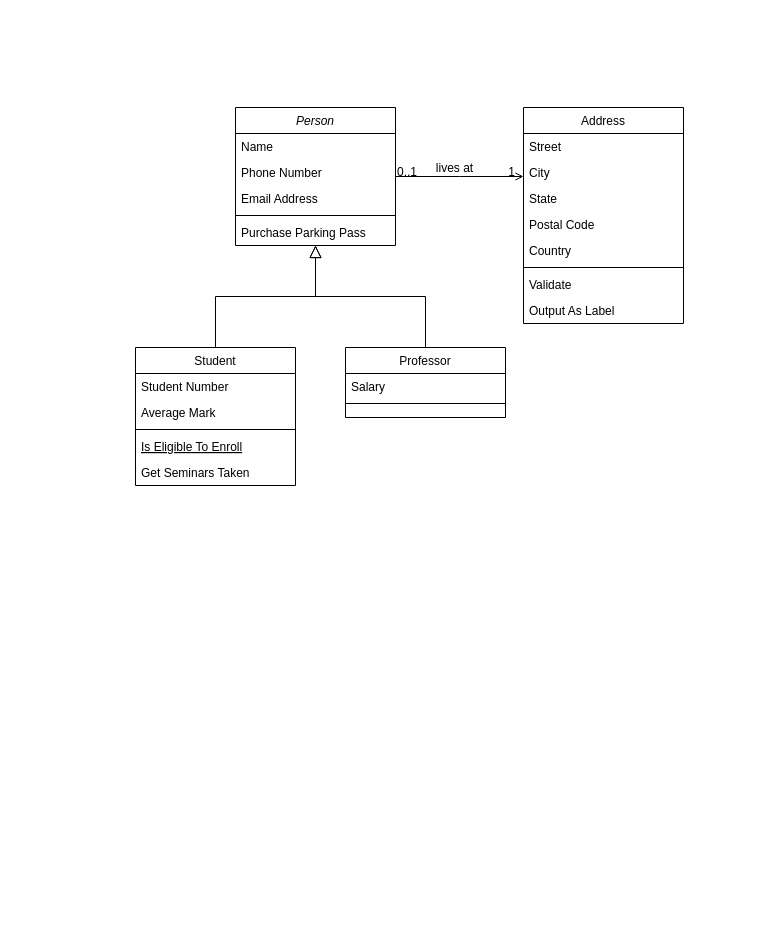
The draw.io diagram Untitled Diagram.drawio in GeeNahz/ER_diagrams, before the edit. Source tidied: cells renumbered, new cells numbered last; positions are measured from the earlier drawing's top-left corner, leaving out a move shared by most shapes. Both pictures are drawn from the tidied source at 100%, with x=0, y=0 at pixel (135, 107).
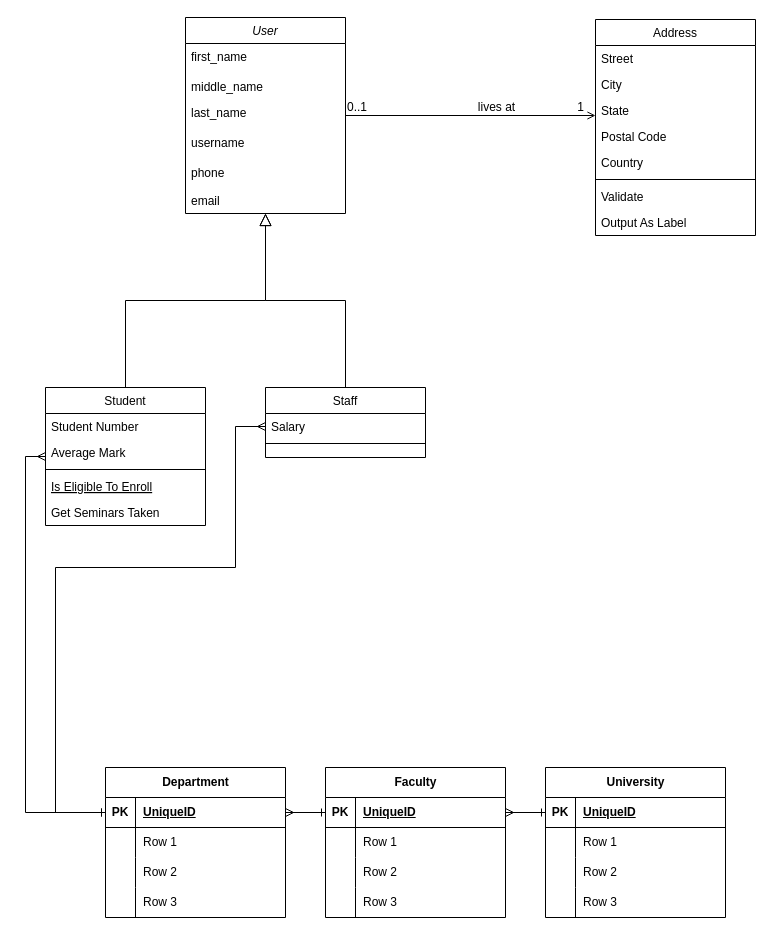
After the change.

Unchanged cells that the change refers to:
```xml
<mxCell id="16" value="Salary" style="text;align=left;verticalAlign=top;spacingLeft=4;spacingRight=4;overflow=hidden;points=[[0,0.5],[1,0.5]];portConstraint=eastwest;" parent="15" vertex="1">
  <mxGeometry y="26" width="160" height="26" as="geometry" />
</mxCell>
```

Diff of the diagram source:
```diff
@@
-    <mxCell id="2" value="Person" style="swimlane;fontStyle=2;align=center;verticalAlign=top;horizontal=1;startSize=26;rounded=0;shadow=0;strokeWidth=1;" parent="1" vertex="1">
-      <mxGeometry x="100" width="160" height="138" as="geometry" />
+    <mxCell id="2" value="User" style="swimlane;fontStyle=2;align=center;verticalAlign=top;horizontal=1;startSize=26;rounded=0;shadow=0;strokeWidth=1;" parent="1" vertex="1">
+      <mxGeometry x="50" y="-90" width="160" height="196" as="geometry" />
     </mxCell>
+    <mxCell id="32" value="first_name" style="text;align=left;verticalAlign=top;spacingLeft=4;spacingRight=4;overflow=hidden;" parent="2" vertex="1">
+      <mxGeometry y="26" width="160" height="30" as="geometry" />
+    </mxCell>
-    <mxCell id="3" value="Name" style="text;align=left;verticalAlign=top;spacingLeft=4;spacingRight=4;overflow=hidden;" parent="2" vertex="1">
-      <mxGeometry y="26" width="160" height="26" as="geometry" />
+    <mxCell id="3" value="middle_name" style="text;align=left;verticalAlign=top;spacingLeft=4;spacingRight=4;overflow=hidden;" parent="2" vertex="1">
+      <mxGeometry y="56" width="160" height="26" as="geometry" />
     </mxCell>
+    <mxCell id="33" value="last_name" style="text;align=left;verticalAlign=top;spacingLeft=4;spacingRight=4;overflow=hidden;" parent="2" vertex="1">
+      <mxGeometry y="82" width="160" height="30" as="geometry" />
+    </mxCell>
+    <mxCell id="34" value="username" style="text;align=left;verticalAlign=top;spacingLeft=4;spacingRight=4;overflow=hidden;" parent="2" vertex="1">
+      <mxGeometry y="112" width="160" height="30" as="geometry" />
+    </mxCell>
-    <mxCell id="4" value="Phone Number" style="text;align=left;verticalAlign=top;spacingLeft=4;spacingRight=4;overflow=hidden;rounded=0;shadow=0;html=0;" parent="2" vertex="1">
-      <mxGeometry y="52" width="160" height="26" as="geometry" />
+    <mxCell id="4" value="phone" style="text;align=left;verticalAlign=top;spacingLeft=4;spacingRight=4;overflow=hidden;rounded=0;shadow=0;html=0;" parent="2" vertex="1">
+      <mxGeometry y="142" width="160" height="28" as="geometry" />
     </mxCell>
-    <mxCell id="5" value="Email Address" style="text;align=left;verticalAlign=top;spacingLeft=4;spacingRight=4;overflow=hidden;rounded=0;shadow=0;html=0;" parent="2" vertex="1">
-      <mxGeometry y="78" width="160" height="26" as="geometry" />
+    <mxCell id="5" value="email" style="text;align=left;verticalAlign=top;spacingLeft=4;spacingRight=4;overflow=hidden;rounded=0;shadow=0;html=0;" parent="2" vertex="1">
+      <mxGeometry y="170" width="160" height="26" as="geometry" />
     </mxCell>
-    <mxCell id="6" style="line;html=1;strokeWidth=1;align=left;verticalAlign=middle;spacingTop=-1;spacingLeft=3;spacingRight=3;labelPosition=right;" parent="2" vertex="1">
-      <mxGeometry y="104" width="160" height="8" as="geometry" />
-    </mxCell>
-    <mxCell id="7" value="Purchase Parking Pass" style="text;align=left;verticalAlign=top;spacingLeft=4;spacingRight=4;overflow=hidden;" parent="2" vertex="1">
-      <mxGeometry y="112" width="160" height="26" as="geometry" />
-    </mxCell>
+    <mxCell id="35" style="edgeStyle=orthogonalEdgeStyle;rounded=0;jettySize=auto;html=1;exitX=0;exitY=0.5;exitDx=0;exitDy=0;entryX=0;entryY=0.5;entryDx=0;entryDy=0;endArrow=ERone;endFill=0;startArrow=ERmany;startFill=0;" parent="1" edge="1" source="8" target="63">
+      <mxGeometry relative="1" as="geometry" />
+    </mxCell>
     <mxCell id="8" value="Student" style="swimlane;fontStyle=0;align=center;verticalAlign=top;horizontal=1;startSize=26;rounded=0;shadow=0;strokeWidth=1;" parent="1" vertex="1">
-      <mxGeometry y="240" width="160" height="138" as="geometry" />
+      <mxGeometry x="-90" y="280" width="160" height="138" as="geometry" />
     </mxCell>
@@
-    <mxCell id="15" value="Professor" style="swimlane;fontStyle=0;align=center;verticalAlign=top;horizontal=1;startSize=26;rounded=0;shadow=0;strokeWidth=1;" parent="1" vertex="1">
-      <mxGeometry x="210" y="240" width="160" height="70" as="geometry" />
+    <mxCell id="15" value="Staff" style="swimlane;fontStyle=0;align=center;verticalAlign=top;horizontal=1;startSize=26;rounded=0;shadow=0;strokeWidth=1;" parent="1" vertex="1">
+      <mxGeometry x="130" y="280" width="160" height="70" as="geometry" />
     </mxCell>
@@
     <mxCell id="19" value="Address" style="swimlane;fontStyle=0;align=center;verticalAlign=top;horizontal=1;startSize=26;rounded=0;shadow=0;strokeWidth=1;" parent="1" vertex="1">
-      <mxGeometry x="388" width="160" height="216" as="geometry" />
+      <mxGeometry x="460" y="-88" width="160" height="216" as="geometry" />
     </mxCell>
@@
     <mxCell id="28" style="endArrow=open;shadow=0;strokeWidth=1;rounded=0;endFill=1;edgeStyle=elbowEdgeStyle;elbow=vertical;" parent="1" edge="1" source="2" target="19">
       <mxGeometry x="0.5" y="41" relative="1" as="geometry">
+        <Array as="points">
+          <mxPoint x="110" y="30" />
+        </Array>
         <mxPoint x="-40" y="32" as="offset" />
       </mxGeometry>
     </mxCell>
     <mxCell id="29" value="0..1" style="align=left;verticalAlign=bottom;labelBackgroundColor=none;fontSize=12;" parent="28" vertex="1">
-      <mxGeometry x="-1" relative="1" as="geometry">
-        <mxPoint y="4" as="offset" />
-      </mxGeometry>
+      <mxGeometry x="-1" relative="1" as="geometry" />
     </mxCell>
     <mxCell id="30" value="1" style="align=right;verticalAlign=bottom;labelBackgroundColor=none;fontSize=12;" parent="28" vertex="1">
       <mxGeometry x="1" relative="1" as="geometry">
-        <mxPoint x="-7" y="4" as="offset" />
+        <mxPoint x="-10" as="offset" />
       </mxGeometry>
     </mxCell>
@@
+    <mxCell id="36" value="University" style="shape=table;startSize=30;childLayout=tableLayout;rowLines=0;fontStyle=1;align=center;html=1;" parent="1" vertex="1">
+      <mxGeometry x="410" y="660" width="180" height="150" as="geometry" />
+    </mxCell>
+    <mxCell id="37" style="shape=tableRow;horizontal=0;startSize=0;swimlaneHead=0;swimlaneBody=0;fillColor=none;points=[[0,0.5],[1,0.5]];portConstraint=eastwest;top=0;left=0;right=0;bottom=1;" parent="36" vertex="1">
+      <mxGeometry y="30" width="180" height="30" as="geometry" />
+    </mxCell>
+    <mxCell id="38" value="PK" style="shape=partialRectangle;fillColor=none;top=0;left=0;bottom=0;right=0;fontStyle=1;overflow=hidden;whiteSpace=wrap;html=1;" parent="37" vertex="1">
+      <mxGeometry width="30" height="30" as="geometry" />
+    </mxCell>
+    <mxCell id="39" value="UniqueID" style="shape=partialRectangle;fillColor=none;top=0;left=0;bottom=0;right=0;align=left;spacingLeft=6;fontStyle=5;overflow=hidden;whiteSpace=wrap;html=1;" parent="37" vertex="1">
+      <mxGeometry x="30" width="150" height="30" as="geometry" />
+    </mxCell>
+    <mxCell id="40" style="shape=tableRow;horizontal=0;startSize=0;swimlaneHead=0;swimlaneBody=0;fillColor=none;top=0;left=0;right=0;bottom=0;" parent="36" vertex="1">
+      <mxGeometry y="60" width="180" height="30" as="geometry" />
+    </mxCell>
+    <mxCell id="41" style="shape=partialRectangle;fillColor=none;top=0;left=0;bottom=0;right=0;overflow=hidden;whiteSpace=wrap;html=1;" parent="40" vertex="1">
+      <mxGeometry width="30" height="30" as="geometry" />
+    </mxCell>
+    <mxCell id="42" value="Row 1" style="shape=partialRectangle;fillColor=none;top=0;left=0;bottom=0;right=0;align=left;spacingLeft=6;overflow=hidden;whiteSpace=wrap;html=1;" parent="40" vertex="1">
+      <mxGeometry x="30" width="150" height="30" as="geometry" />
+    </mxCell>
+    <mxCell id="43" style="shape=tableRow;horizontal=0;startSize=0;swimlaneHead=0;swimlaneBody=0;fillColor=none;top=0;left=0;right=0;bottom=0;" parent="36" vertex="1">
+      <mxGeometry y="90" width="180" height="30" as="geometry" />
+    </mxCell>
+    <mxCell id="44" style="shape=partialRectangle;fillColor=none;top=0;left=0;bottom=0;right=0;overflow=hidden;whiteSpace=wrap;html=1;" parent="43" vertex="1">
+      <mxGeometry width="30" height="30" as="geometry" />
+    </mxCell>
+    <mxCell id="45" value="Row 2" style="shape=partialRectangle;fillColor=none;top=0;left=0;bottom=0;right=0;align=left;spacingLeft=6;overflow=hidden;whiteSpace=wrap;html=1;" parent="43" vertex="1">
+      <mxGeometry x="30" width="150" height="30" as="geometry" />
+    </mxCell>
+    <mxCell id="46" style="shape=tableRow;horizontal=0;startSize=0;swimlaneHead=0;swimlaneBody=0;fillColor=none;top=0;left=0;right=0;bottom=0;" parent="36" vertex="1">
+      <mxGeometry y="120" width="180" height="30" as="geometry" />
+    </mxCell>
+    <mxCell id="47" style="shape=partialRectangle;fillColor=none;top=0;left=0;bottom=0;right=0;overflow=hidden;whiteSpace=wrap;html=1;" parent="46" vertex="1">
+      <mxGeometry width="30" height="30" as="geometry" />
+    </mxCell>
+    <mxCell id="48" value="Row 3" style="shape=partialRectangle;fillColor=none;top=0;left=0;bottom=0;right=0;align=left;spacingLeft=6;overflow=hidden;whiteSpace=wrap;html=1;" parent="46" vertex="1">
+      <mxGeometry x="30" width="150" height="30" as="geometry" />
+    </mxCell>
+    <mxCell id="49" value="Faculty" style="shape=table;startSize=30;childLayout=tableLayout;rowLines=0;fontStyle=1;align=center;html=1;" parent="1" vertex="1">
+      <mxGeometry x="190" y="660" width="180" height="150" as="geometry" />
+    </mxCell>
+    <mxCell id="50" style="shape=tableRow;horizontal=0;startSize=0;swimlaneHead=0;swimlaneBody=0;fillColor=none;points=[[0,0.5],[1,0.5]];portConstraint=eastwest;top=0;left=0;right=0;bottom=1;" parent="49" vertex="1">
+      <mxGeometry y="30" width="180" height="30" as="geometry" />
+    </mxCell>
+    <mxCell id="51" value="PK" style="shape=partialRectangle;fillColor=none;top=0;left=0;bottom=0;right=0;fontStyle=1;overflow=hidden;whiteSpace=wrap;html=1;" parent="50" vertex="1">
+      <mxGeometry width="30" height="30" as="geometry" />
+    </mxCell>
+    <mxCell id="52" value="UniqueID" style="shape=partialRectangle;fillColor=none;top=0;left=0;bottom=0;right=0;align=left;spacingLeft=6;fontStyle=5;overflow=hidden;whiteSpace=wrap;html=1;" parent="50" vertex="1">
+      <mxGeometry x="30" width="150" height="30" as="geometry" />
+    </mxCell>
+    <mxCell id="53" style="shape=tableRow;horizontal=0;startSize=0;swimlaneHead=0;swimlaneBody=0;fillColor=none;top=0;left=0;right=0;bottom=0;" parent="49" vertex="1">
+      <mxGeometry y="60" width="180" height="30" as="geometry" />
+    </mxCell>
+    <mxCell id="54" style="shape=partialRectangle;fillColor=none;top=0;left=0;bottom=0;right=0;overflow=hidden;whiteSpace=wrap;html=1;" parent="53" vertex="1">
+      <mxGeometry width="30" height="30" as="geometry" />
+    </mxCell>
+    <mxCell id="55" value="Row 1" style="shape=partialRectangle;fillColor=none;top=0;left=0;bottom=0;right=0;align=left;spacingLeft=6;overflow=hidden;whiteSpace=wrap;html=1;" parent="53" vertex="1">
+      <mxGeometry x="30" width="150" height="30" as="geometry" />
+    </mxCell>
+    <mxCell id="56" style="shape=tableRow;horizontal=0;startSize=0;swimlaneHead=0;swimlaneBody=0;fillColor=none;top=0;left=0;right=0;bottom=0;" parent="49" vertex="1">
+      <mxGeometry y="90" width="180" height="30" as="geometry" />
+    </mxCell>
+    <mxCell id="57" style="shape=partialRectangle;fillColor=none;top=0;left=0;bottom=0;right=0;overflow=hidden;whiteSpace=wrap;html=1;" parent="56" vertex="1">
+      <mxGeometry width="30" height="30" as="geometry" />
+    </mxCell>
+    <mxCell id="58" value="Row 2" style="shape=partialRectangle;fillColor=none;top=0;left=0;bottom=0;right=0;align=left;spacingLeft=6;overflow=hidden;whiteSpace=wrap;html=1;" parent="56" vertex="1">
+      <mxGeometry x="30" width="150" height="30" as="geometry" />
+    </mxCell>
+    <mxCell id="59" style="shape=tableRow;horizontal=0;startSize=0;swimlaneHead=0;swimlaneBody=0;fillColor=none;top=0;left=0;right=0;bottom=0;" parent="49" vertex="1">
+      <mxGeometry y="120" width="180" height="30" as="geometry" />
+    </mxCell>
+    <mxCell id="60" style="shape=partialRectangle;fillColor=none;top=0;left=0;bottom=0;right=0;overflow=hidden;whiteSpace=wrap;html=1;" parent="59" vertex="1">
+      <mxGeometry width="30" height="30" as="geometry" />
+    </mxCell>
+    <mxCell id="61" value="Row 3" style="shape=partialRectangle;fillColor=none;top=0;left=0;bottom=0;right=0;align=left;spacingLeft=6;overflow=hidden;whiteSpace=wrap;html=1;" parent="59" vertex="1">
+      <mxGeometry x="30" width="150" height="30" as="geometry" />
+    </mxCell>
+    <mxCell id="62" value="Department" style="shape=table;startSize=30;childLayout=tableLayout;rowLines=0;fontStyle=1;align=center;html=1;" parent="1" vertex="1">
+      <mxGeometry x="-30" y="660" width="180" height="150" as="geometry" />
+    </mxCell>
+    <mxCell id="63" style="shape=tableRow;horizontal=0;startSize=0;swimlaneHead=0;swimlaneBody=0;fillColor=none;points=[[0,0.5],[1,0.5]];portConstraint=eastwest;top=0;left=0;right=0;bottom=1;" parent="62" vertex="1">
+      <mxGeometry y="30" width="180" height="30" as="geometry" />
+    </mxCell>
+    <mxCell id="64" value="PK" style="shape=partialRectangle;fillColor=none;top=0;left=0;bottom=0;right=0;fontStyle=1;overflow=hidden;whiteSpace=wrap;html=1;" parent="63" vertex="1">
+      <mxGeometry width="30" height="30" as="geometry" />
+    </mxCell>
+    <mxCell id="65" value="UniqueID" style="shape=partialRectangle;fillColor=none;top=0;left=0;bottom=0;right=0;align=left;spacingLeft=6;fontStyle=5;overflow=hidden;whiteSpace=wrap;html=1;" parent="63" vertex="1">
+      <mxGeometry x="30" width="150" height="30" as="geometry" />
+    </mxCell>
+    <mxCell id="66" style="shape=tableRow;horizontal=0;startSize=0;swimlaneHead=0;swimlaneBody=0;fillColor=none;top=0;left=0;right=0;bottom=0;" parent="62" vertex="1">
+      <mxGeometry y="60" width="180" height="30" as="geometry" />
+    </mxCell>
+    <mxCell id="67" style="shape=partialRectangle;fillColor=none;top=0;left=0;bottom=0;right=0;overflow=hidden;whiteSpace=wrap;html=1;" parent="66" vertex="1">
+      <mxGeometry width="30" height="30" as="geometry" />
+    </mxCell>
+    <mxCell id="68" value="Row 1" style="shape=partialRectangle;fillColor=none;top=0;left=0;bottom=0;right=0;align=left;spacingLeft=6;overflow=hidden;whiteSpace=wrap;html=1;" parent="66" vertex="1">
+      <mxGeometry x="30" width="150" height="30" as="geometry" />
+    </mxCell>
+    <mxCell id="69" style="shape=tableRow;horizontal=0;startSize=0;swimlaneHead=0;swimlaneBody=0;fillColor=none;top=0;left=0;right=0;bottom=0;" parent="62" vertex="1">
+      <mxGeometry y="90" width="180" height="30" as="geometry" />
+    </mxCell>
+    <mxCell id="70" style="shape=partialRectangle;fillColor=none;top=0;left=0;bottom=0;right=0;overflow=hidden;whiteSpace=wrap;html=1;" parent="69" vertex="1">
+      <mxGeometry width="30" height="30" as="geometry" />
+    </mxCell>
+    <mxCell id="71" value="Row 2" style="shape=partialRectangle;fillColor=none;top=0;left=0;bottom=0;right=0;align=left;spacingLeft=6;overflow=hidden;whiteSpace=wrap;html=1;" parent="69" vertex="1">
+      <mxGeometry x="30" width="150" height="30" as="geometry" />
+    </mxCell>
+    <mxCell id="72" style="shape=tableRow;horizontal=0;startSize=0;swimlaneHead=0;swimlaneBody=0;fillColor=none;top=0;left=0;right=0;bottom=0;" parent="62" vertex="1">
+      <mxGeometry y="120" width="180" height="30" as="geometry" />
+    </mxCell>
+    <mxCell id="73" style="shape=partialRectangle;fillColor=none;top=0;left=0;bottom=0;right=0;overflow=hidden;whiteSpace=wrap;html=1;" parent="72" vertex="1">
+      <mxGeometry width="30" height="30" as="geometry" />
+    </mxCell>
+    <mxCell id="74" value="Row 3" style="shape=partialRectangle;fillColor=none;top=0;left=0;bottom=0;right=0;align=left;spacingLeft=6;overflow=hidden;whiteSpace=wrap;html=1;" parent="72" vertex="1">
+      <mxGeometry x="30" width="150" height="30" as="geometry" />
+    </mxCell>
+    <mxCell id="75" style="edgeStyle=orthogonalEdgeStyle;rounded=0;jettySize=auto;html=1;exitX=1;exitY=0.5;exitDx=0;exitDy=0;entryX=0;entryY=0.5;entryDx=0;entryDy=0;startArrow=ERmany;startFill=0;endArrow=ERone;endFill=0;" parent="1" edge="1" source="63" target="50">
+      <mxGeometry relative="1" as="geometry" />
+    </mxCell>
+    <mxCell id="76" style="edgeStyle=orthogonalEdgeStyle;rounded=0;jettySize=auto;html=1;exitX=1;exitY=0.5;exitDx=0;exitDy=0;entryX=0;entryY=0.5;entryDx=0;entryDy=0;startArrow=ERmany;startFill=0;endArrow=ERone;endFill=0;" parent="1" edge="1" source="50" target="37">
+      <mxGeometry relative="1" as="geometry" />
+    </mxCell>
+    <mxCell id="77" style="edgeStyle=orthogonalEdgeStyle;rounded=0;jettySize=auto;html=1;exitX=0;exitY=0.5;exitDx=0;exitDy=0;entryX=0;entryY=0.5;entryDx=0;entryDy=0;endArrow=ERone;endFill=0;startArrow=ERmany;startFill=0;" parent="1" edge="1" source="16" target="63">
+      <mxGeometry relative="1" as="geometry">
+        <Array as="points">
+          <mxPoint x="100" y="319" />
+          <mxPoint x="100" y="460" />
+          <mxPoint x="-80" y="460" />
+          <mxPoint x="-80" y="705" />
+        </Array>
+      </mxGeometry>
+    </mxCell>
```
